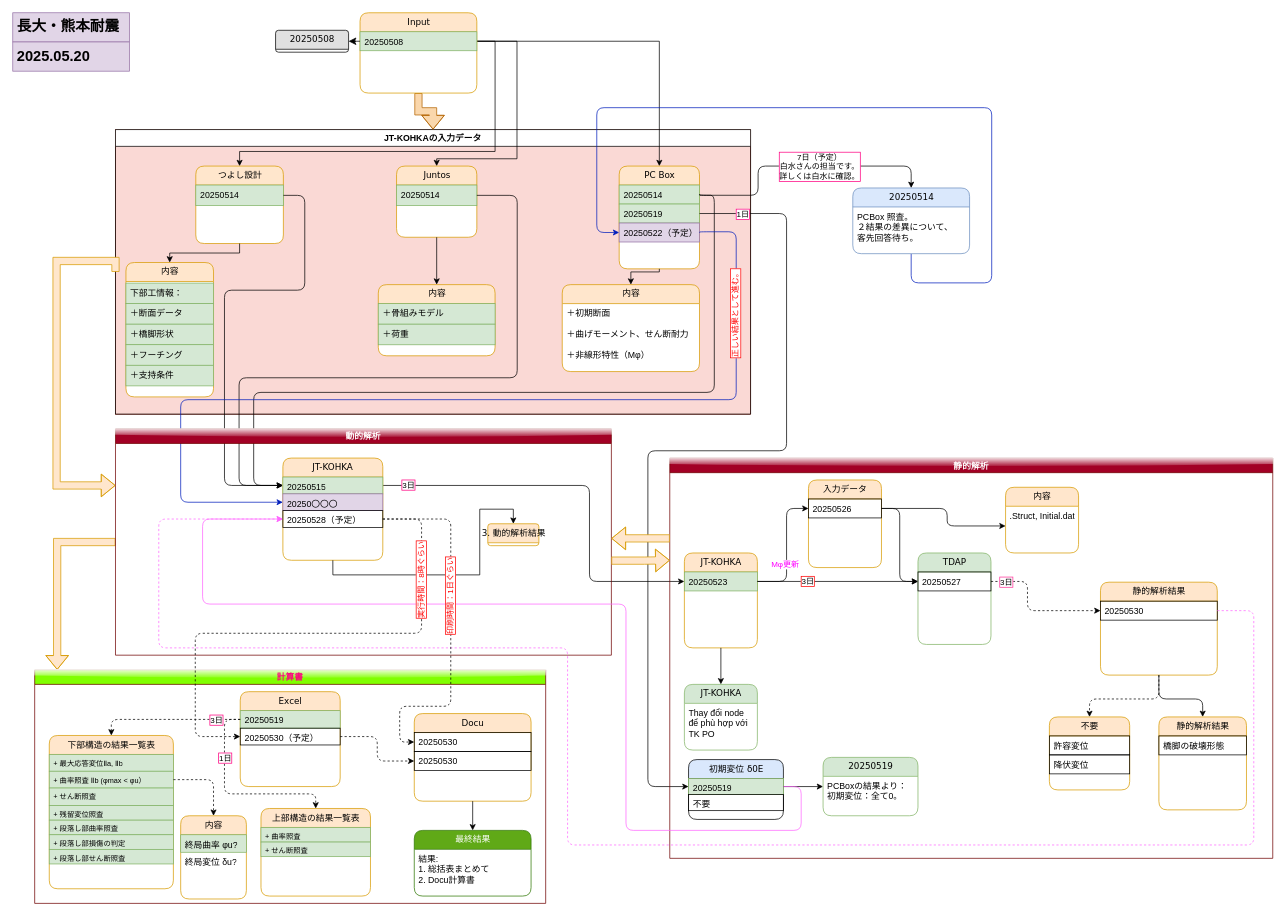
nnh92/Juntos.co keeps this draw.io diagram as 長大・熊本耐震/耐震設計/Untitled Diagram.drawio. Above is the earlier version. Source tidied: cells renumbered, new cells numbered last; positions are measured from the earlier drawing's top-left corner, leaving out a move shared by most shapes. Both pictures are drawn from the tidied source at 73%, with x=0, y=0 at pixel (12, 12).
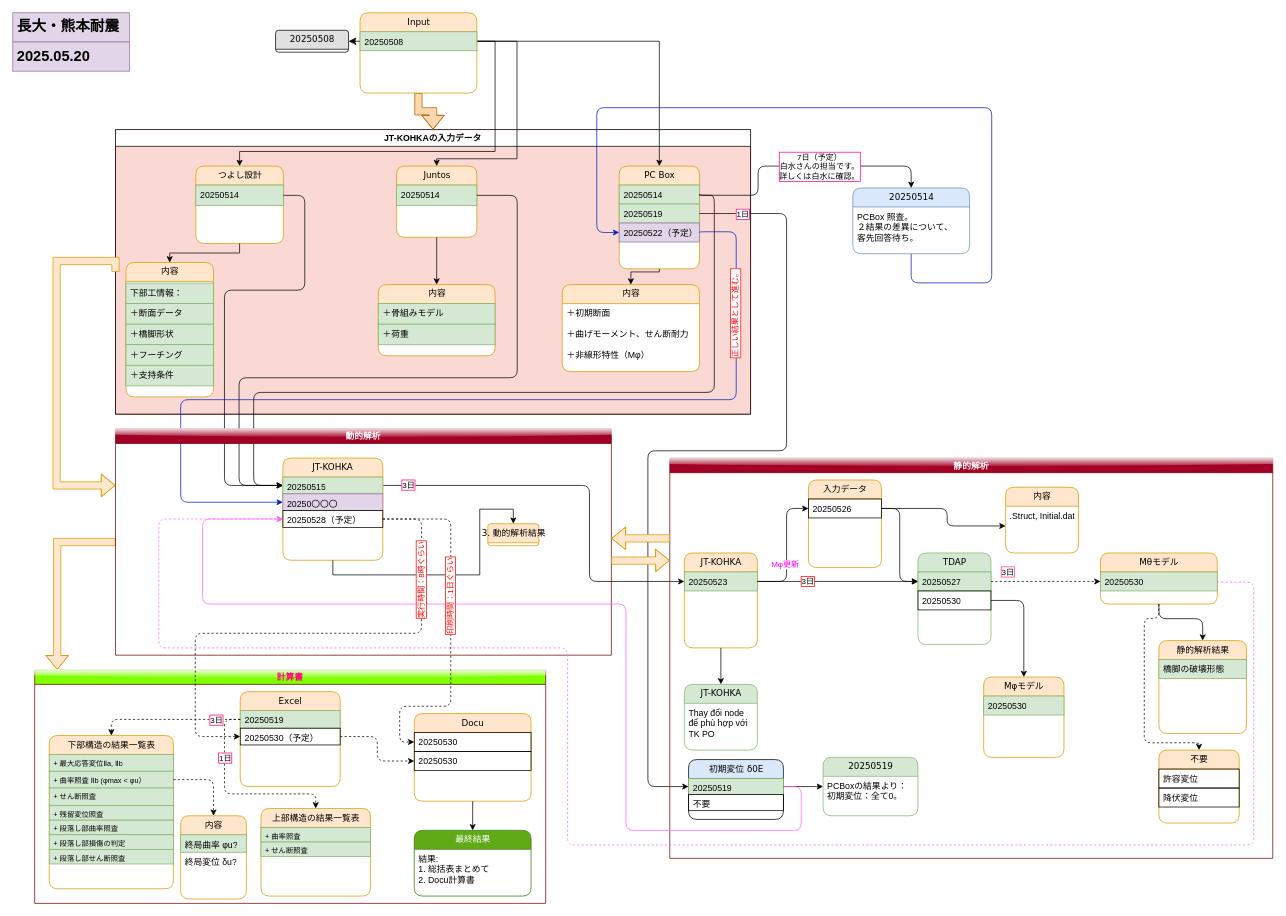
The same diagram, later.

The change refers to these unchanged cells:
```xml
<mxCell id="47" value="静的解析" style="swimlane;startSize=20;horizontal=1;containerType=tree;textShadow=0;labelBorderColor=none;labelBackgroundColor=none;fillColor=#a20025;strokeColor=#6F0000;glass=1;fontColor=#ffffff;" parent="1" vertex="1">
  <mxGeometry x="900" y="610" width="826" height="548.3" as="geometry" />
</mxCell>
<mxCell id="48" value="TDAP" style="swimlane;html=1;fontStyle=0;horizontal=1;startSize=26;fillColor=#d5e8d4;swimlaneFillColor=#ffffff;align=center;rounded=1;shadow=0;comic=0;labelBackgroundColor=none;strokeWidth=1;fontFamily=Verdana;fontSize=12;strokeColor=#82b366;" parent="47" vertex="1">
  <mxGeometry x="340" y="130" width="100" height="125.3" as="geometry" />
</mxCell>
<mxCell id="94" value="20250528（予定）" style="text;html=1;spacingLeft=4;spacingRight=4;whiteSpace=wrap;overflow=hidden;points=[[0,0.5],[1,0.5]];portConstraint=eastwest;labelBorderColor=none;labelBackgroundColor=none;textShadow=0;strokeColor=default;" parent="91" vertex="1">
  <mxGeometry y="72" width="136.9" height="23" as="geometry" />
</mxCell>
```

Diff of the diagram source:
```diff
@@
-    <mxCell id="49" value="20250527" style="text;html=1;strokeColor=default;fillColor=none;spacingLeft=4;spacingRight=4;whiteSpace=wrap;overflow=hidden;points=[[0,0.5],[1,0.5]];portConstraint=eastwest;" parent="48" vertex="1">
+    <mxCell id="49" value="20250527" style="text;html=1;strokeColor=#82b366;fillColor=#d5e8d4;spacingLeft=4;spacingRight=4;whiteSpace=wrap;overflow=hidden;points=[[0,0.5],[1,0.5]];portConstraint=eastwest;" parent="48" vertex="1">
       <mxGeometry y="26" width="100" height="26" as="geometry" />
     </mxCell>
+    <mxCell id="137" value="20250530" style="text;html=1;strokeColor=default;fillColor=none;spacingLeft=4;spacingRight=4;whiteSpace=wrap;overflow=hidden;points=[[0,0.5],[1,0.5]];portConstraint=eastwest;" parent="48" vertex="1">
+      <mxGeometry y="52" width="100" height="26" as="geometry" />
+    </mxCell>
-    <mxCell id="50" value="静的解析結果" style="swimlane;html=1;fontStyle=0;horizontal=1;startSize=26;fillColor=#ffe6cc;swimlaneFillColor=#ffffff;align=center;rounded=1;shadow=0;comic=0;labelBackgroundColor=none;strokeWidth=1;fontFamily=Verdana;fontSize=12;strokeColor=#d79b00;" parent="47" vertex="1">
-      <mxGeometry x="590" y="170" width="160" height="127.3" as="geometry" />
+    <mxCell id="50" value="Mθモデル" style="swimlane;html=1;fontStyle=0;horizontal=1;startSize=26;fillColor=#ffe6cc;swimlaneFillColor=#ffffff;align=center;rounded=1;shadow=0;comic=0;labelBackgroundColor=none;strokeWidth=1;fontFamily=Verdana;fontSize=12;strokeColor=#d79b00;" parent="47" vertex="1">
+      <mxGeometry x="590" y="130" width="160" height="70" as="geometry" />
     </mxCell>
-    <mxCell id="51" value="20250530" style="text;html=1;strokeColor=default;fillColor=none;spacingLeft=4;spacingRight=4;whiteSpace=wrap;overflow=hidden;points=[[0,0.5],[1,0.5]];portConstraint=eastwest;" parent="50" vertex="1">
+    <mxCell id="51" value="20250530" style="text;html=1;strokeColor=#82b366;fillColor=#d5e8d4;spacingLeft=4;spacingRight=4;whiteSpace=wrap;overflow=hidden;points=[[0,0.5],[1,0.5]];portConstraint=eastwest;" parent="50" vertex="1">
       <mxGeometry y="26" width="160" height="26" as="geometry" />
     </mxCell>
-    <mxCell id="52" style="edgeStyle=orthogonalEdgeStyle;rounded=1;jettySize=auto;html=1;dashed=1;flowAnimation=0;entryX=0;entryY=0.5;entryDx=0;entryDy=0;exitX=1;exitY=0.5;exitDx=0;exitDy=0;curved=0;" parent="47" edge="1" source="49" target="51">
+    <mxCell id="52" style="edgeStyle=orthogonalEdgeStyle;rounded=1;jettySize=auto;html=1;dashed=1;flowAnimation=0;exitX=1;exitY=0.5;exitDx=0;exitDy=0;curved=0;entryX=0;entryY=0.5;entryDx=0;entryDy=0;" parent="47" edge="1" source="49" target="51">
       <mxGeometry relative="1" as="geometry">
         <Array as="points">
-          <mxPoint x="490" y="169" />
-          <mxPoint x="490" y="209" />
+          <mxPoint x="540" y="169" />
+          <mxPoint x="540" y="169" />
         </Array>
       </mxGeometry>
     </mxCell>
@@
     <mxCell id="57" value="不要" style="swimlane;html=1;fontStyle=0;horizontal=1;startSize=26;fillColor=#ffe6cc;swimlaneFillColor=#ffffff;align=center;rounded=1;shadow=0;comic=0;labelBackgroundColor=none;strokeWidth=1;fontFamily=Verdana;fontSize=12;strokeColor=#d79b00;" parent="47" vertex="1">
-      <mxGeometry x="520" y="354.6" width="110" height="100" as="geometry" />
+      <mxGeometry x="670" y="400" width="110" height="100" as="geometry" />
     </mxCell>
@@
     <mxCell id="60" style="edgeStyle=orthogonalEdgeStyle;rounded=1;jettySize=auto;html=1;dashed=1;exitX=0.5;exitY=1;exitDx=0;exitDy=0;curved=0;entryX=0.5;entryY=0;entryDx=0;entryDy=0;" parent="47" edge="1" source="50" target="57">
       <mxGeometry relative="1" as="geometry">
         <Array as="points">
-          <mxPoint x="670" y="330" />
-          <mxPoint x="575" y="330" />
+          <mxPoint x="670" y="220" />
+          <mxPoint x="650" y="220" />
+          <mxPoint x="650" y="390" />
+          <mxPoint x="725" y="390" />
         </Array>
       </mxGeometry>
     </mxCell>
@@
     <mxCell id="64" style="edgeStyle=orthogonalEdgeStyle;rounded=1;jettySize=auto;html=1;curved=0;" parent="47" edge="1" source="50" target="65">
       <mxGeometry relative="1" as="geometry">
         <Array as="points">
-          <mxPoint x="670" y="330" />
-          <mxPoint x="730" y="330" />
+          <mxPoint x="670" y="220" />
+          <mxPoint x="730" y="220" />
         </Array>
       </mxGeometry>
     </mxCell>
     <mxCell id="65" value="静的解析結果" style="swimlane;html=1;fontStyle=0;horizontal=1;startSize=26;fillColor=#ffe6cc;swimlaneFillColor=#ffffff;align=center;rounded=1;shadow=0;comic=0;labelBackgroundColor=none;strokeWidth=1;fontFamily=Verdana;fontSize=12;strokeColor=#d79b00;" parent="47" vertex="1">
-      <mxGeometry x="670" y="354.6" width="120" height="127.3" as="geometry" />
+      <mxGeometry x="670" y="250" width="120" height="127.3" as="geometry" />
     </mxCell>
-    <mxCell id="66" value="橋脚の破壊形態" style="text;html=1;strokeColor=default;fillColor=none;spacingLeft=4;spacingRight=4;whiteSpace=wrap;overflow=hidden;" parent="65" vertex="1">
+    <mxCell id="66" value="橋脚の破壊形態" style="text;html=1;strokeColor=#82b366;fillColor=#d5e8d4;spacingLeft=4;spacingRight=4;whiteSpace=wrap;overflow=hidden;" parent="65" vertex="1">
       <mxGeometry y="26" width="120" height="26" as="geometry" />
     </mxCell>
@@
+    <mxCell id="138" value="Mφモデル" style="swimlane;html=1;fontStyle=0;horizontal=1;startSize=26;fillColor=#ffe6cc;swimlaneFillColor=#ffffff;align=center;rounded=1;shadow=0;comic=0;labelBackgroundColor=none;strokeWidth=1;fontFamily=Verdana;fontSize=12;strokeColor=#d79b00;" parent="47" vertex="1">
+      <mxGeometry x="430" y="300" width="110" height="110" as="geometry" />
+    </mxCell>
+    <mxCell id="139" value="20250530" style="text;html=1;strokeColor=#82b366;fillColor=#d5e8d4;spacingLeft=4;spacingRight=4;whiteSpace=wrap;overflow=hidden;" parent="138" vertex="1">
+      <mxGeometry y="26" width="110" height="26" as="geometry" />
+    </mxCell>
+    <mxCell id="140" style="edgeStyle=orthogonalEdgeStyle;rounded=1;jettySize=auto;html=1;entryX=0.5;entryY=0;entryDx=0;entryDy=0;curved=0;exitX=1;exitY=0.5;exitDx=0;exitDy=0;" parent="47" edge="1" source="137" target="138">
+      <mxGeometry relative="1" as="geometry">
+        <Array as="points">
+          <mxPoint x="485" y="195" />
+        </Array>
+      </mxGeometry>
+    </mxCell>
@@
     <mxCell id="127" style="edgeStyle=orthogonalEdgeStyle;rounded=1;jettySize=auto;html=1;exitX=1;exitY=0.5;exitDx=0;exitDy=0;dashed=1;entryX=0;entryY=0.5;entryDx=0;entryDy=0;curved=0;strokeColor=#FF66FF;" parent="1" edge="1" source="51" target="94">
       <mxGeometry relative="1" as="geometry">
         <Array as="points">
-          <mxPoint x="1700" y="819" />
+          <mxPoint x="1650" y="780" />
+          <mxPoint x="1700" y="780" />
           <mxPoint x="1700" y="1140" />
           <mxPoint x="760" y="1140" />
           <mxPoint x="760" y="870" />
           <mxPoint x="200" y="870" />
           <mxPoint x="200" y="694" />
         </Array>
       </mxGeometry>
     </mxCell>
```
